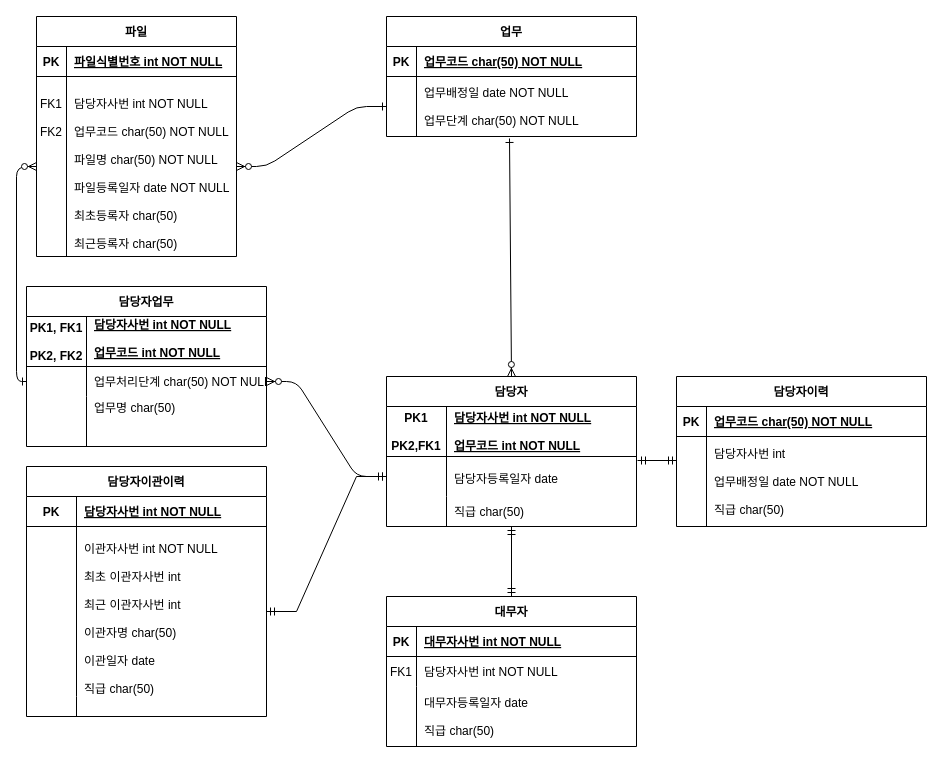
Before: page "페이지-2" (2 of 2) of core_ERD.drawio in corrvax/toby, a draw.io diagram. Source tidied: cells renumbered, new cells numbered last; positions are measured from the earlier drawing's top-left corner, leaving out a move shared by most shapes. Both pictures are drawn from the tidied source at 100%, with x=0, y=0 at pixel (26, 16).
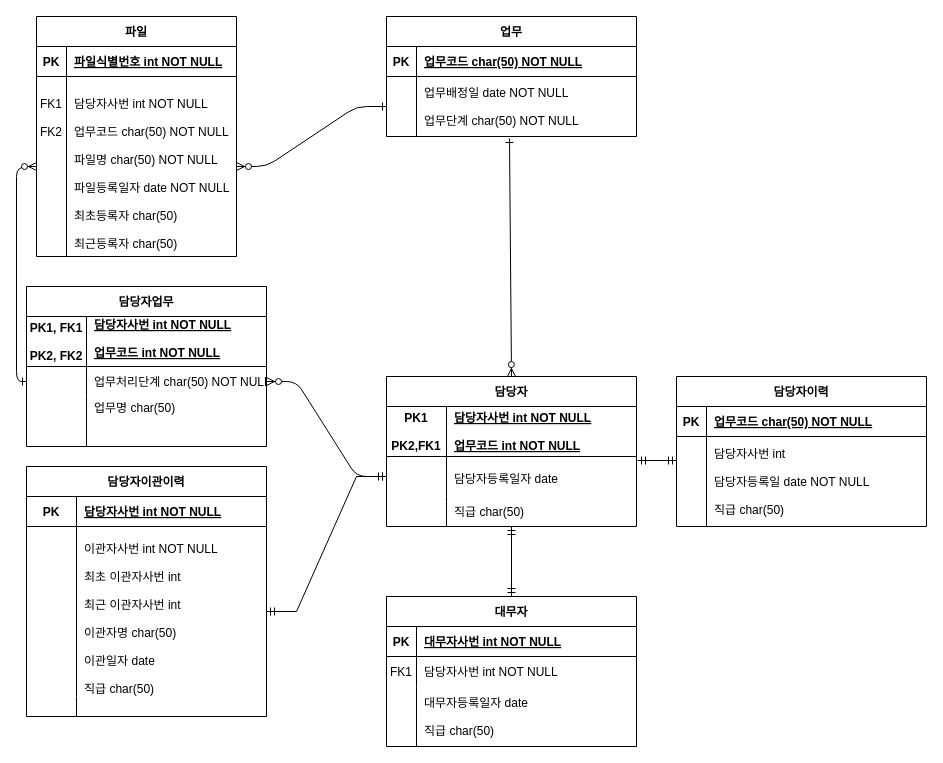
The same diagram, later.

The change refers to these unchanged cells:
```xml
<mxCell id="66" style="shape=partialRectangle;fillColor=none;top=0;left=0;right=0;bottom=0;" parent="62" vertex="1">
  <mxGeometry y="60" width="250" height="90" as="geometry" />
</mxCell>
```

Change to the diagram source:
```diff
@@
-    <mxCell id="68" value="담당자사번 int &#10;&#10;업무배정일 date NOT NULL&#10;&#10;직급 char(50)" style="shape=partialRectangle;overflow=hidden;fillColor=none;top=0;left=0;bottom=0;right=0;align=left;spacingLeft=6;" parent="66" vertex="1">
+    <mxCell id="68" value="담당자사번 int &#10;&#10;담당자등록일 date NOT NULL&#10;&#10;직급 char(50)" style="shape=partialRectangle;overflow=hidden;fillColor=none;top=0;left=0;bottom=0;right=0;align=left;spacingLeft=6;" parent="66" vertex="1">
       <mxGeometry x="30" width="220" height="90" as="geometry" />
     </mxCell>
```
